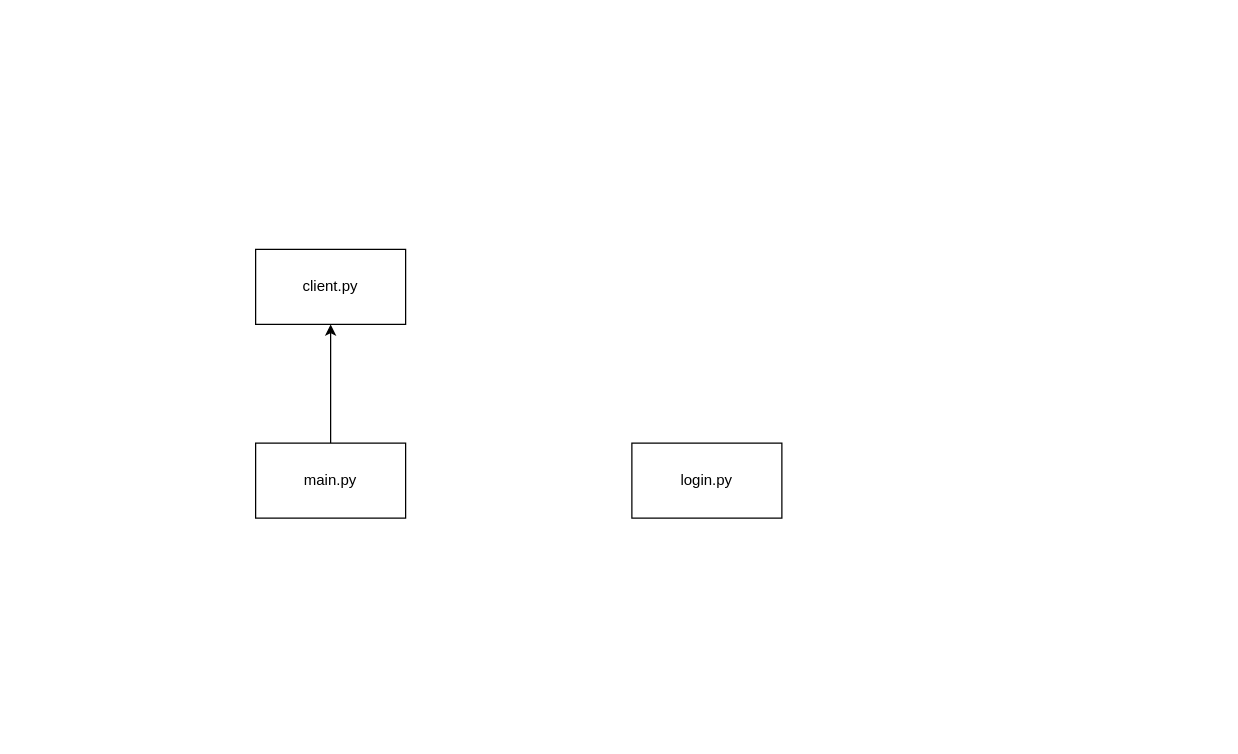
The draw.io diagram page "mainconcept" (2 of 3) of plan_diagram.drawio in WFWisag/Lobbyfernseher-code, before the edit. Source tidied: cells renumbered, new cells numbered last; positions are measured from the earlier drawing's top-left corner, leaving out a move shared by most shapes. Both pictures are drawn from the tidied source at 125%, with x=0, y=0 at pixel (255, 249).
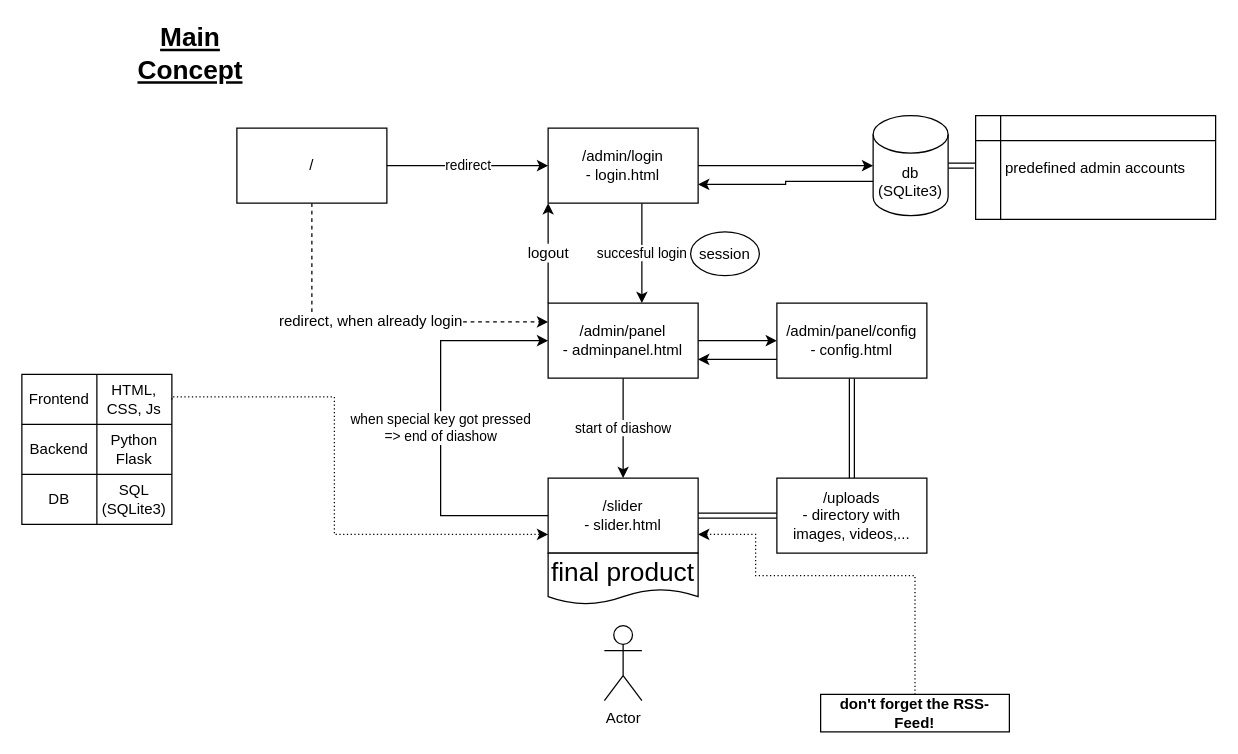
Above is the later version.

Change to the diagram source:
```diff
@@
-    <mxCell id="2" style="edgeStyle=orthogonalEdgeStyle;rounded=0;jettySize=auto;html=1;exitX=0.5;exitY=0;exitDx=0;exitDy=0;entryX=0.5;entryY=1;entryDx=0;entryDy=0;" parent="1" edge="1" source="3" target="4">
-      <mxGeometry relative="1" as="geometry" />
-    </mxCell>
-    <mxCell id="3" value="main.py" style="rounded=0;whiteSpace=wrap;html=1;" parent="1" vertex="1">
-      <mxGeometry y="155" width="120" height="60" as="geometry" />
-    </mxCell>
-    <mxCell id="4" value="client.py" style="rounded=0;whiteSpace=wrap;html=1;" parent="1" vertex="1">
-      <mxGeometry width="120" height="60" as="geometry" />
-    </mxCell>
-    <mxCell id="5" value="login.py" style="rounded=0;whiteSpace=wrap;html=1;" parent="1" vertex="1">
-      <mxGeometry x="301" y="155" width="120" height="60" as="geometry" />
-    </mxCell>
+    <mxCell id="6" value="redirect" style="edgeStyle=orthogonalEdgeStyle;rounded=0;jettySize=auto;html=1;exitX=1;exitY=0.5;exitDx=0;exitDy=0;entryX=0;entryY=0.5;entryDx=0;entryDy=0;" parent="1" edge="1" source="8" target="11">
+      <mxGeometry relative="1" as="geometry" />
+    </mxCell>
+    <mxCell id="7" value="redirect, when already login" style="edgeStyle=orthogonalEdgeStyle;rounded=0;jettySize=auto;html=1;exitX=0.5;exitY=1;exitDx=0;exitDy=0;entryX=0;entryY=0.25;entryDx=0;entryDy=0;dashed=1;fontSize=12;" parent="1" edge="1" source="8" target="15">
+      <mxGeometry relative="1" as="geometry" />
+    </mxCell>
+    <mxCell id="8" value="/" style="rounded=0;whiteSpace=wrap;html=1;" parent="1" vertex="1">
+      <mxGeometry x="-15" y="-97" width="120" height="60" as="geometry" />
+    </mxCell>
+    <mxCell id="9" value="succesful login" style="edgeStyle=orthogonalEdgeStyle;rounded=0;jettySize=auto;html=1;" parent="1" edge="1" source="11" target="15">
+      <mxGeometry relative="1" as="geometry">
+        <Array as="points">
+          <mxPoint x="309" y="19" />
+          <mxPoint x="309" y="19" />
+        </Array>
+      </mxGeometry>
+    </mxCell>
+    <mxCell id="10" style="edgeStyle=orthogonalEdgeStyle;rounded=0;jettySize=auto;html=1;exitX=1;exitY=0.5;exitDx=0;exitDy=0;entryX=0;entryY=0.5;entryDx=0;entryDy=0;entryPerimeter=0;" parent="1" edge="1" source="11" target="23">
+      <mxGeometry relative="1" as="geometry" />
+    </mxCell>
+    <mxCell id="11" value="/admin/login&lt;br&gt;- login.html" style="rounded=0;whiteSpace=wrap;html=1;" parent="1" vertex="1">
+      <mxGeometry x="234" y="-97" width="120" height="60" as="geometry" />
+    </mxCell>
+    <mxCell id="12" style="edgeStyle=orthogonalEdgeStyle;rounded=0;jettySize=auto;html=1;exitX=1;exitY=0.5;exitDx=0;exitDy=0;entryX=0;entryY=0.5;entryDx=0;entryDy=0;" parent="1" edge="1" source="15" target="18">
+      <mxGeometry relative="1" as="geometry" />
+    </mxCell>
+    <mxCell id="13" value="start of diashow" style="edgeStyle=orthogonalEdgeStyle;rounded=0;jettySize=auto;html=1;" parent="1" edge="1" source="15" target="20">
+      <mxGeometry relative="1" as="geometry" />
+    </mxCell>
+    <mxCell id="14" value="logout" style="edgeStyle=orthogonalEdgeStyle;rounded=0;jettySize=auto;html=1;exitX=0;exitY=0;exitDx=0;exitDy=0;entryX=0;entryY=1;entryDx=0;entryDy=0;fontSize=12;" parent="1" edge="1" source="15" target="11">
+      <mxGeometry relative="1" as="geometry" />
+    </mxCell>
+    <mxCell id="15" value="/admin/panel&lt;br&gt;- adminpanel.html" style="whiteSpace=wrap;html=1;rounded=0;" parent="1" vertex="1">
+      <mxGeometry x="234" y="43" width="120" height="60" as="geometry" />
+    </mxCell>
+    <mxCell id="16" style="edgeStyle=orthogonalEdgeStyle;rounded=0;jettySize=auto;html=1;exitX=0;exitY=0.75;exitDx=0;exitDy=0;entryX=1;entryY=0.75;entryDx=0;entryDy=0;" parent="1" edge="1" source="18" target="15">
+      <mxGeometry relative="1" as="geometry" />
+    </mxCell>
+    <mxCell id="17" style="edgeStyle=orthogonalEdgeStyle;rounded=0;jettySize=auto;html=1;exitX=0.5;exitY=1;exitDx=0;exitDy=0;entryX=0.5;entryY=0;entryDx=0;entryDy=0;shape=link;" parent="1" edge="1" source="18" target="26">
+      <mxGeometry relative="1" as="geometry" />
+    </mxCell>
+    <mxCell id="18" value="/admin/panel/config&lt;br&gt;- config.html" style="rounded=0;whiteSpace=wrap;html=1;" parent="1" vertex="1">
+      <mxGeometry x="417" y="43" width="120" height="60" as="geometry" />
+    </mxCell>
+    <mxCell id="19" value="when special key got pressed&lt;br&gt;=&amp;gt; end of diashow" style="edgeStyle=orthogonalEdgeStyle;rounded=0;jettySize=auto;html=1;exitX=0;exitY=0.5;exitDx=0;exitDy=0;entryX=0;entryY=0.5;entryDx=0;entryDy=0;" parent="1" edge="1" source="20" target="15">
+      <mxGeometry relative="1" as="geometry">
+        <Array as="points">
+          <mxPoint x="148" y="213" />
+          <mxPoint x="148" y="73" />
+        </Array>
+      </mxGeometry>
+    </mxCell>
+    <mxCell id="20" value="/slider&lt;br&gt;- slider.html" style="whiteSpace=wrap;html=1;rounded=0;" parent="1" vertex="1">
+      <mxGeometry x="234" y="183" width="120" height="60" as="geometry" />
+    </mxCell>
+    <mxCell id="21" style="edgeStyle=orthogonalEdgeStyle;shape=link;rounded=0;jettySize=auto;html=1;exitX=1;exitY=0.5;exitDx=0;exitDy=0;exitPerimeter=0;entryX=0;entryY=0.5;entryDx=0;entryDy=0;" parent="1" edge="1" source="23" target="24">
+      <mxGeometry relative="1" as="geometry" />
+    </mxCell>
+    <mxCell id="22" style="edgeStyle=orthogonalEdgeStyle;rounded=0;jettySize=auto;html=1;exitX=0;exitY=0;exitDx=0;exitDy=52.5;exitPerimeter=0;entryX=1;entryY=0.75;entryDx=0;entryDy=0;fontSize=21;" parent="1" edge="1" source="23" target="11">
+      <mxGeometry relative="1" as="geometry" />
+    </mxCell>
+    <mxCell id="23" value="db&lt;br&gt;(SQLite3)" style="shape=cylinder3;whiteSpace=wrap;html=1;boundedLbl=1;backgroundOutline=1;size=15;" parent="1" vertex="1">
+      <mxGeometry x="494" y="-107" width="60" height="80" as="geometry" />
+    </mxCell>
+    <mxCell id="24" value="predefined admin accounts" style="shape=internalStorage;whiteSpace=wrap;html=1;backgroundOutline=1;" parent="1" vertex="1">
+      <mxGeometry x="576" y="-107" width="192" height="83" as="geometry" />
+    </mxCell>
+    <mxCell id="25" style="edgeStyle=orthogonalEdgeStyle;rounded=0;jettySize=auto;html=1;exitX=0;exitY=0.5;exitDx=0;exitDy=0;entryX=1;entryY=0.5;entryDx=0;entryDy=0;shape=link;" parent="1" edge="1" source="26" target="20">
+      <mxGeometry relative="1" as="geometry" />
+    </mxCell>
+    <mxCell id="26" value="/uploads&lt;br&gt;- directory with images, videos,..." style="rounded=0;whiteSpace=wrap;html=1;" parent="1" vertex="1">
+      <mxGeometry x="417" y="183" width="120" height="60" as="geometry" />
+    </mxCell>
+    <mxCell id="27" value="&lt;b&gt;&lt;font style=&quot;font-size: 21px;&quot;&gt;&lt;u&gt;Main Concept&lt;/u&gt;&lt;/font&gt;&lt;/b&gt;" style="text;html=1;strokeColor=none;fillColor=none;align=center;verticalAlign=middle;whiteSpace=wrap;rounded=0;" parent="1" vertex="1">
+      <mxGeometry x="-82" y="-172" width="60" height="30" as="geometry" />
+    </mxCell>
+    <mxCell id="28" value="final product" style="shape=document;whiteSpace=wrap;html=1;boundedLbl=1;fontSize=21;" parent="1" vertex="1">
+      <mxGeometry x="234" y="243" width="120" height="41" as="geometry" />
+    </mxCell>
+    <mxCell id="29" value="session" style="ellipse;whiteSpace=wrap;html=1;fontSize=12;" parent="1" vertex="1">
+      <mxGeometry x="348" y="-14" width="55" height="35" as="geometry" />
+    </mxCell>
+    <mxCell id="30" value="Actor" style="shape=umlActor;verticalLabelPosition=bottom;verticalAlign=top;html=1;fontSize=12;" parent="1" vertex="1">
+      <mxGeometry x="279" y="301" width="30" height="60" as="geometry" />
+    </mxCell>
+    <mxCell id="31" style="shape=table;startSize=0;childLayout=tableLayout;fontSize=12;" parent="1" vertex="1">
+      <mxGeometry x="-187" y="100" width="120" height="120" as="geometry" />
+    </mxCell>
+    <mxCell id="32" style="shape=tableRow;horizontal=0;startSize=0;swimlaneHead=0;swimlaneBody=0;strokeColor=inherit;top=0;left=0;bottom=0;right=0;fillColor=none;points=[[0,0.5],[1,0.5]];portConstraint=eastwest;fontSize=12;" parent="31" vertex="1">
+      <mxGeometry width="120" height="40" as="geometry" />
+    </mxCell>
+    <mxCell id="33" value="Frontend" style="shape=partialRectangle;html=1;whiteSpace=wrap;strokeColor=inherit;overflow=hidden;fillColor=none;top=0;left=0;bottom=0;right=0;fontSize=12;" parent="32" vertex="1">
+      <mxGeometry width="60" height="40" as="geometry" />
+    </mxCell>
+    <mxCell id="34" value="HTML, CSS, Js" style="shape=partialRectangle;html=1;whiteSpace=wrap;strokeColor=inherit;overflow=hidden;fillColor=none;top=0;left=0;bottom=0;right=0;fontSize=12;" parent="32" vertex="1">
+      <mxGeometry x="60" width="60" height="40" as="geometry" />
+    </mxCell>
+    <mxCell id="35" style="shape=tableRow;horizontal=0;startSize=0;swimlaneHead=0;swimlaneBody=0;strokeColor=inherit;top=0;left=0;bottom=0;right=0;fillColor=none;fontSize=12;" parent="31" vertex="1">
+      <mxGeometry y="40" width="120" height="40" as="geometry" />
+    </mxCell>
+    <mxCell id="36" value="Backend" style="shape=partialRectangle;html=1;whiteSpace=wrap;strokeColor=inherit;overflow=hidden;fillColor=none;top=0;left=0;bottom=0;right=0;fontSize=12;" parent="35" vertex="1">
+      <mxGeometry width="60" height="40" as="geometry" />
+    </mxCell>
+    <mxCell id="37" value="Python Flask" style="shape=partialRectangle;html=1;whiteSpace=wrap;strokeColor=inherit;overflow=hidden;fillColor=none;top=0;left=0;bottom=0;right=0;fontSize=12;" parent="35" vertex="1">
+      <mxGeometry x="60" width="60" height="40" as="geometry" />
+    </mxCell>
+    <mxCell id="38" style="shape=tableRow;horizontal=0;startSize=0;swimlaneHead=0;swimlaneBody=0;strokeColor=inherit;top=0;left=0;bottom=0;right=0;fillColor=none;fontSize=12;" parent="31" vertex="1">
+      <mxGeometry y="80" width="120" height="40" as="geometry" />
+    </mxCell>
+    <mxCell id="39" value="DB" style="shape=partialRectangle;html=1;whiteSpace=wrap;strokeColor=inherit;overflow=hidden;fillColor=none;top=0;left=0;bottom=0;right=0;fontSize=12;" parent="38" vertex="1">
+      <mxGeometry width="60" height="40" as="geometry" />
+    </mxCell>
+    <mxCell id="40" value="SQL (SQLite3)" style="shape=partialRectangle;html=1;whiteSpace=wrap;strokeColor=inherit;overflow=hidden;fillColor=none;top=0;left=0;bottom=0;right=0;fontSize=12;" parent="38" vertex="1">
+      <mxGeometry x="60" width="60" height="40" as="geometry" />
+    </mxCell>
+    <mxCell id="41" style="edgeStyle=orthogonalEdgeStyle;rounded=0;jettySize=auto;html=1;exitX=1;exitY=0.5;exitDx=0;exitDy=0;entryX=0;entryY=0.75;entryDx=0;entryDy=0;fontSize=12;dashed=1;dashPattern=1 2;" parent="1" edge="1" source="32" target="20">
+      <mxGeometry relative="1" as="geometry">
+        <Array as="points">
+          <mxPoint x="63" y="118" />
+          <mxPoint x="63" y="228" />
+        </Array>
+      </mxGeometry>
+    </mxCell>
+    <mxCell id="42" style="edgeStyle=orthogonalEdgeStyle;rounded=0;jettySize=auto;html=1;exitX=0.5;exitY=0;exitDx=0;exitDy=0;entryX=1;entryY=0.75;entryDx=0;entryDy=0;labelBackgroundColor=#ffffff;fontSize=12;endArrow=classic;endFill=1;dashed=1;dashPattern=1 2;" parent="1" edge="1" source="43" target="20">
+      <mxGeometry relative="1" as="geometry">
+        <Array as="points">
+          <mxPoint x="528" y="261" />
+          <mxPoint x="400" y="261" />
+          <mxPoint x="400" y="228" />
+        </Array>
+      </mxGeometry>
+    </mxCell>
+    <mxCell id="43" value="&lt;b&gt;don't forget the RSS-Feed!&lt;/b&gt;" style="text;html=1;strokeColor=default;fillColor=none;align=center;verticalAlign=middle;whiteSpace=wrap;rounded=0;fontSize=12;" parent="1" vertex="1">
+      <mxGeometry x="452" y="356" width="151" height="30" as="geometry" />
+    </mxCell>
```
